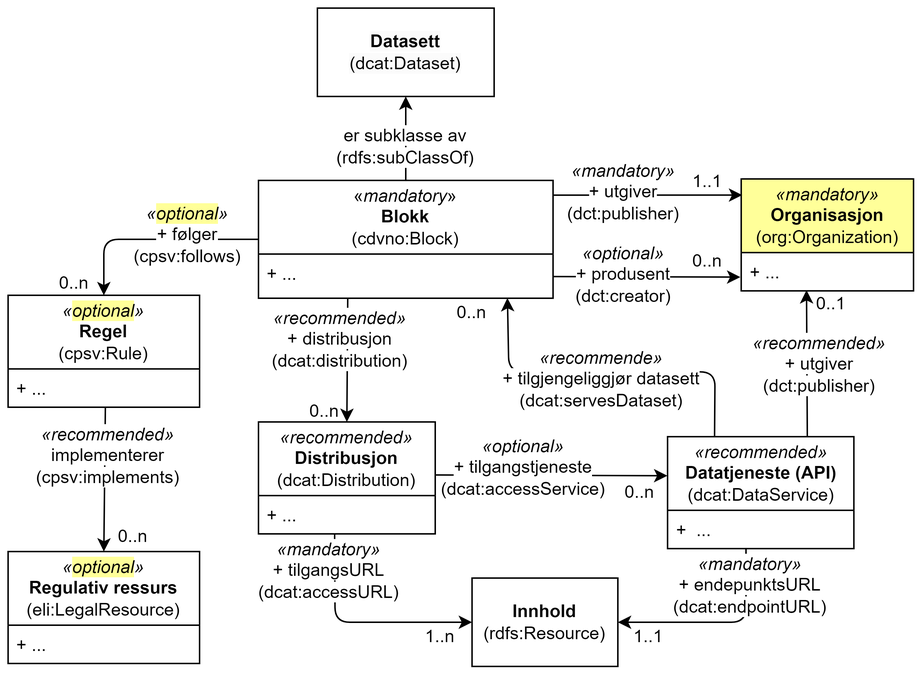
Informasjonsforvaltning/cdvno keeps this draw.io diagram as docs/images/cdvno-classes-only.png. Above is the earlier version. Source tidied: cells renumbered, new cells last; positions are measured from the earlier drawing's top-left corner, leaving out a move shared by most shapes.
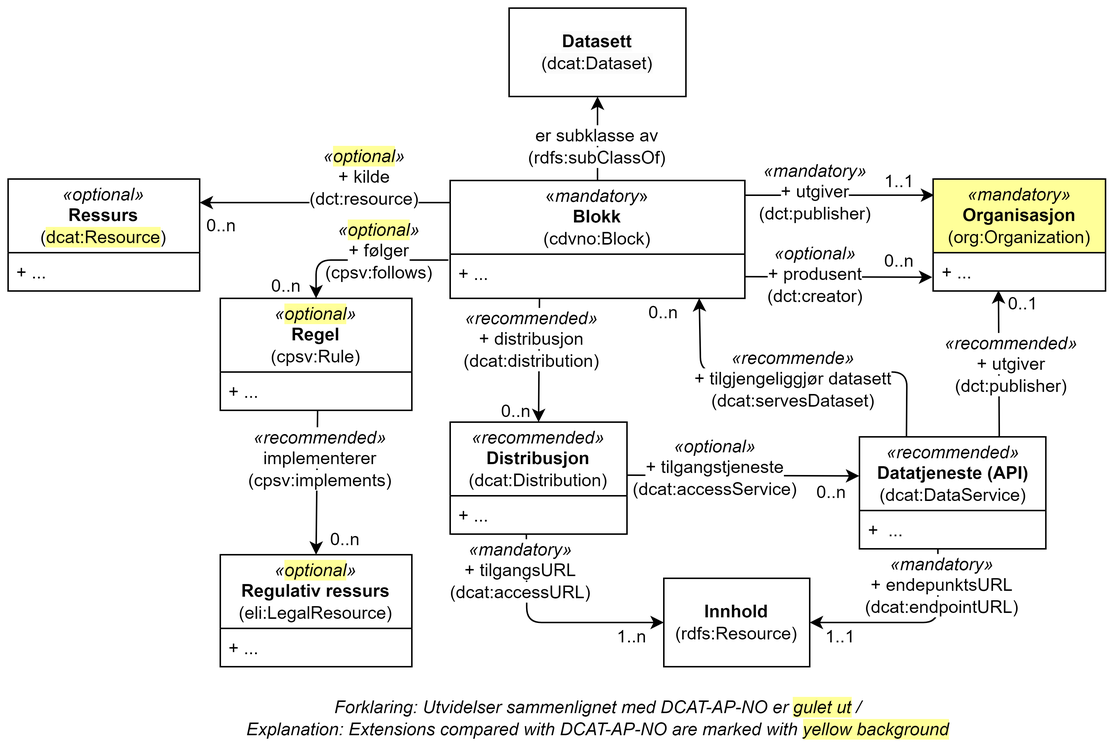
The same file after the commit.

Change to the diagram source:
```diff
@@ -124,26 +124,26 @@
       <mxGeometry x="315" y="387" width="99" height="60" as="geometry" />
     </mxCell>
     <mxCell id="36" value="&lt;i style=&quot;border-color: var(--border-color);&quot;&gt;«&lt;span style=&quot;background-color: rgb(255, 255, 153);&quot;&gt;optional&lt;/span&gt;»&lt;/i&gt;&lt;br style=&quot;border-color: var(--border-color);&quot;&gt;&lt;b style=&quot;border-color: var(--border-color);&quot;&gt;Regel&lt;br style=&quot;border-color: var(--border-color);&quot;&gt;&lt;/b&gt;(cpsv:Rule)" style="swimlane;fontStyle=0;horizontal=1;startSize=50;fillColor=default;whiteSpace=wrap;html=1;" parent="1" vertex="1">
-      <mxGeometry y="195" width="130" height="76" as="geometry" />
+      <mxGeometry x="14" y="197" width="130" height="76" as="geometry" />
     </mxCell>
     <mxCell id="37" value="+ ..." style="text;strokeColor=none;fillColor=none;align=left;verticalAlign=top;spacingLeft=4;spacingRight=4;overflow=hidden;points=[[0,0.5],[1,0.5]];portConstraint=eastwest;whiteSpace=wrap;html=1;" parent="36" vertex="1">
       <mxGeometry y="50" width="130" height="26" as="geometry" />
     </mxCell>
-    <mxCell id="38" style="endArrow=classic;html=1;rounded=1;entryX=0.5;entryY=0;entryDx=0;entryDy=0;" parent="1" edge="1" source="29" target="36">
+    <mxCell id="38" style="endArrow=classic;html=1;rounded=1;entryX=0.5;entryY=0;entryDx=0;entryDy=0;exitX=-0.006;exitY=0.133;exitDx=0;exitDy=0;exitPerimeter=0;" parent="1" edge="1" source="30" target="36">
       <mxGeometry relative="1" as="geometry">
         <Array as="points">
-          <mxPoint x="65" y="157" />
+          <mxPoint x="79" y="171" />
         </Array>
       </mxGeometry>
     </mxCell>
     <mxCell id="39" value="&lt;i style=&quot;border-color: var(--border-color);&quot;&gt;«&lt;span style=&quot;background-color: rgb(255, 255, 153);&quot;&gt;optional&lt;/span&gt;»&lt;br&gt;&lt;/i&gt;&lt;span style=&quot;background-color: rgb(255, 255, 255);&quot;&gt;+ følger&lt;br&gt;(cpsv:follows)&lt;/span&gt;" style="text;html=1;strokeColor=none;fillColor=none;align=center;verticalAlign=middle;whiteSpace=wrap;rounded=0;" parent="1" vertex="1">
-      <mxGeometry x="90" y="139" width="64" height="30" as="geometry" />
+      <mxGeometry x="90" y="150" width="64" height="30" as="geometry" />
     </mxCell>
     <mxCell id="40" value="0..n" style="text;html=1;strokeColor=none;fillColor=none;align=center;verticalAlign=middle;whiteSpace=wrap;rounded=0;" parent="1" vertex="1">
-      <mxGeometry x="30" y="179" width="30" height="16" as="geometry" />
+      <mxGeometry x="44" y="181" width="30" height="16" as="geometry" />
     </mxCell>
     <mxCell id="41" value="&lt;i style=&quot;border-color: var(--border-color);&quot;&gt;«&lt;span style=&quot;background-color: rgb(255, 255, 153);&quot;&gt;optional&lt;/span&gt;»&lt;/i&gt;&lt;br style=&quot;border-color: var(--border-color);&quot;&gt;&lt;b style=&quot;border-color: var(--border-color);&quot;&gt;Regulativ ressurs&lt;br style=&quot;border-color: var(--border-color);&quot;&gt;&lt;/b&gt;(eli:LegalResource)" style="swimlane;fontStyle=0;horizontal=1;startSize=50;fillColor=default;whiteSpace=wrap;html=1;" parent="1" vertex="1">
-      <mxGeometry y="369" width="130" height="76" as="geometry" />
+      <mxGeometry x="14" y="371" width="130" height="76" as="geometry" />
     </mxCell>
     <mxCell id="42" value="+ ..." style="text;strokeColor=none;fillColor=none;align=left;verticalAlign=top;spacingLeft=4;spacingRight=4;overflow=hidden;whiteSpace=wrap;html=1;" parent="41" vertex="1">
       <mxGeometry y="50" width="130" height="26" as="geometry" />
@@ -152,10 +152,10 @@
       <mxGeometry relative="1" as="geometry" />
     </mxCell>
     <mxCell id="44" value="&lt;span style=&quot;background-color: rgb(255, 255, 255);&quot;&gt;&lt;i style=&quot;border-color: var(--border-color);&quot;&gt;«recommended»&lt;br&gt;&lt;/i&gt;implementerer (cpsv:implements)&lt;/span&gt;" style="text;html=1;strokeColor=none;fillColor=none;align=center;verticalAlign=middle;whiteSpace=wrap;rounded=0;" parent="1" vertex="1">
-      <mxGeometry x="36" y="289" width="64" height="30" as="geometry" />
+      <mxGeometry x="50" y="291" width="64" height="30" as="geometry" />
     </mxCell>
     <mxCell id="45" value="0..n" style="text;html=1;strokeColor=none;fillColor=none;align=center;verticalAlign=middle;whiteSpace=wrap;rounded=0;" parent="1" vertex="1">
-      <mxGeometry x="70" y="349" width="30" height="20" as="geometry" />
+      <mxGeometry x="84" y="351" width="30" height="20" as="geometry" />
     </mxCell>
     <mxCell id="46" value="&lt;i style=&quot;border-color: var(--border-color);&quot;&gt;«recommended»&lt;/i&gt;&lt;br style=&quot;border-color: var(--border-color);&quot;&gt;&lt;b style=&quot;border-color: var(--border-color);&quot;&gt;Datatjeneste (API)&lt;br style=&quot;border-color: var(--border-color);&quot;&gt;&lt;/b&gt;(dcat:DataService)" style="swimlane;fontStyle=0;horizontal=1;startSize=50;fillColor=default;whiteSpace=wrap;html=1;" parent="1" vertex="1">
       <mxGeometry x="447.8" y="291" width="126.5" height="76" as="geometry" />
@@ -163,5 +163,26 @@
     <mxCell id="47" value="+&amp;nbsp; ..." style="text;strokeColor=none;fillColor=none;align=left;verticalAlign=top;spacingLeft=4;spacingRight=4;overflow=hidden;whiteSpace=wrap;html=1;" parent="46" vertex="1">
       <mxGeometry y="50" width="126.5" height="26" as="geometry" />
     </mxCell>
+    <mxCell id="48" value="&lt;i style=&quot;border-color: var(--border-color);&quot;&gt;«optional»&lt;/i&gt;&lt;br style=&quot;border-color: var(--border-color);&quot;&gt;&lt;b style=&quot;border-color: var(--border-color);&quot;&gt;Ressurs&lt;br style=&quot;border-color: var(--border-color);&quot;&gt;&lt;/b&gt;(&lt;span style=&quot;background-color: rgb(255, 255, 153);&quot;&gt;dcat:Resource&lt;/span&gt;)" style="swimlane;fontStyle=0;horizontal=1;startSize=50;fillColor=default;whiteSpace=wrap;html=1;" parent="1" vertex="1">
+      <mxGeometry x="-130" y="116" width="130" height="76" as="geometry" />
+    </mxCell>
+    <mxCell id="49" value="+ ..." style="text;strokeColor=none;fillColor=none;align=left;verticalAlign=top;spacingLeft=4;spacingRight=4;overflow=hidden;whiteSpace=wrap;html=1;" parent="48" vertex="1">
+      <mxGeometry y="50" width="130" height="26" as="geometry" />
+    </mxCell>
+    <mxCell id="50" style="endArrow=classic;html=1;rounded=1;" parent="1" edge="1">
+      <mxGeometry relative="1" as="geometry">
+        <mxPoint x="170" y="132" as="sourcePoint" />
+        <mxPoint y="132" as="targetPoint" />
+      </mxGeometry>
+    </mxCell>
+    <mxCell id="51" value="&lt;i style=&quot;border-color: var(--border-color);&quot;&gt;«&lt;span style=&quot;background-color: rgb(255, 255, 153);&quot;&gt;optional&lt;/span&gt;»&lt;br&gt;&lt;/i&gt;&lt;span style=&quot;background-color: rgb(255, 255, 255);&quot;&gt;+ kilde&lt;br&gt;(dct:resource)&lt;/span&gt;" style="text;html=1;strokeColor=none;fillColor=none;align=center;verticalAlign=middle;whiteSpace=wrap;rounded=0;" parent="1" vertex="1">
+      <mxGeometry x="80" y="100" width="64" height="30" as="geometry" />
+    </mxCell>
+    <mxCell id="52" value="0..n" style="text;html=1;strokeColor=none;fillColor=none;align=center;verticalAlign=middle;whiteSpace=wrap;rounded=0;" parent="1" vertex="1">
+      <mxGeometry y="140" width="30" height="16" as="geometry" />
+    </mxCell>
+    <mxCell id="53" value="Forklaring: Utvidelser sammenlignet med DCAT-AP-NO er&amp;nbsp;&lt;span style=&quot;background-color: rgb(255, 255, 153);&quot;&gt;gulet ut&lt;/span&gt;&lt;span style=&quot;background-color: rgb(255 , 255 , 255)&quot;&gt;&amp;nbsp;/ &lt;br&gt;Explanation: Extensions compared with DCAT-AP-NO&amp;nbsp;are marked with&amp;nbsp;&lt;/span&gt;&lt;span style=&quot;background-color: rgb(255, 255, 153);&quot;&gt;yellow background&lt;/span&gt;" style="text;html=1;strokeColor=none;fillColor=none;align=center;verticalAlign=middle;whiteSpace=wrap;rounded=0;fontStyle=2;" parent="1" vertex="1">
+      <mxGeometry x="19.5" y="472" width="501" height="20" as="geometry" />
+    </mxCell>
   </root>
 </mxGraphModel>
```
